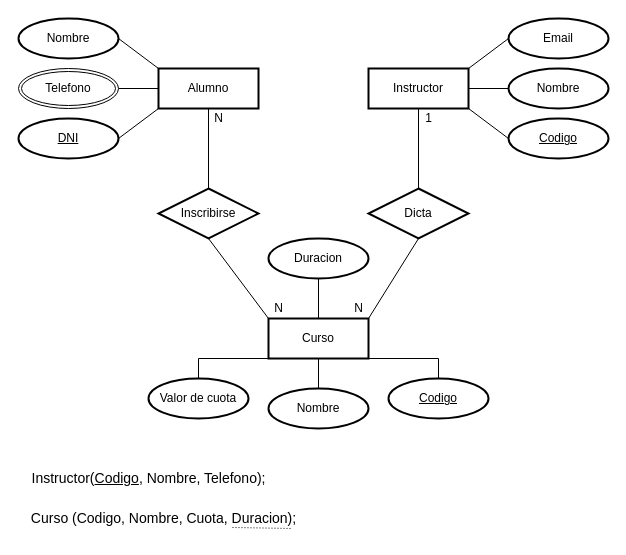
This is Base de Datos I/Practica de Base de Datos/DER-MR/Ejercicio01.drawio from julicastro/Programacion-Basica-1, a draw.io file, before an edit. Source tidied: cells renumbered, new cells numbered last; positions are measured from the earlier drawing's top-left corner, leaving out a move shared by most shapes. Both pictures are drawn from the tidied source at 100%, with x=0, y=0 at pixel (18, 18).
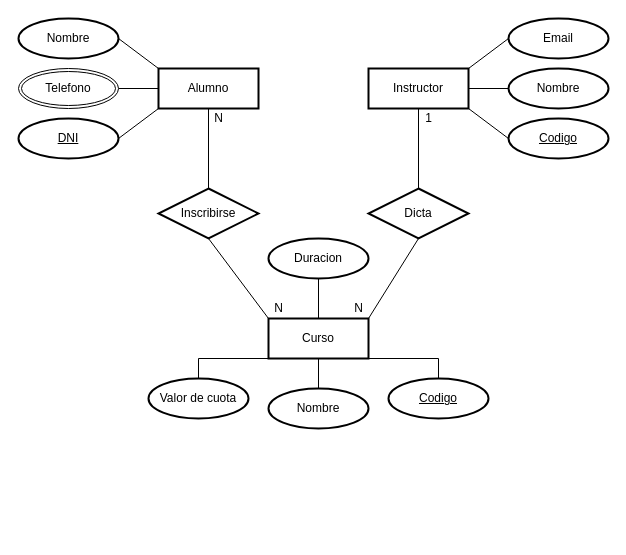
The same diagram, later.

What changed in the source:
```diff
@@
-    <mxCell id="33" value="&lt;p style=&quot;line-height: 100%&quot;&gt;&lt;font style=&quot;font-size: 14px&quot;&gt;Instructor(&lt;u&gt;Codigo&lt;/u&gt;, Nombre, Telefono);&lt;/font&gt;&lt;/p&gt;" style="text;html=1;align=center;verticalAlign=middle;strokeWidth=1;" parent="1" vertex="1">
-      <mxGeometry x="5" y="440" width="250" height="40" as="geometry" />
-    </mxCell>
@@
-    <mxCell id="36" value="&lt;p style=&quot;line-height: 100%&quot;&gt;&lt;span style=&quot;font-size: 14px&quot;&gt;Curso (Codigo, Nombre, Cuota, Duracion);&lt;/span&gt;&lt;/p&gt;" style="text;html=1;align=center;verticalAlign=middle;strokeWidth=1;dashed=1;" parent="1" vertex="1">
-      <mxGeometry x="5" y="480" width="280" height="40" as="geometry" />
-    </mxCell>
-    <mxCell id="37" style="endArrow=none;html=1;rounded=0;dashed=1;dashPattern=1 2;" parent="1" edge="1">
-      <mxGeometry relative="1" as="geometry">
-        <mxPoint x="214" y="509" as="sourcePoint" />
-        <mxPoint x="274" y="510" as="targetPoint" />
-      </mxGeometry>
-    </mxCell>
```
